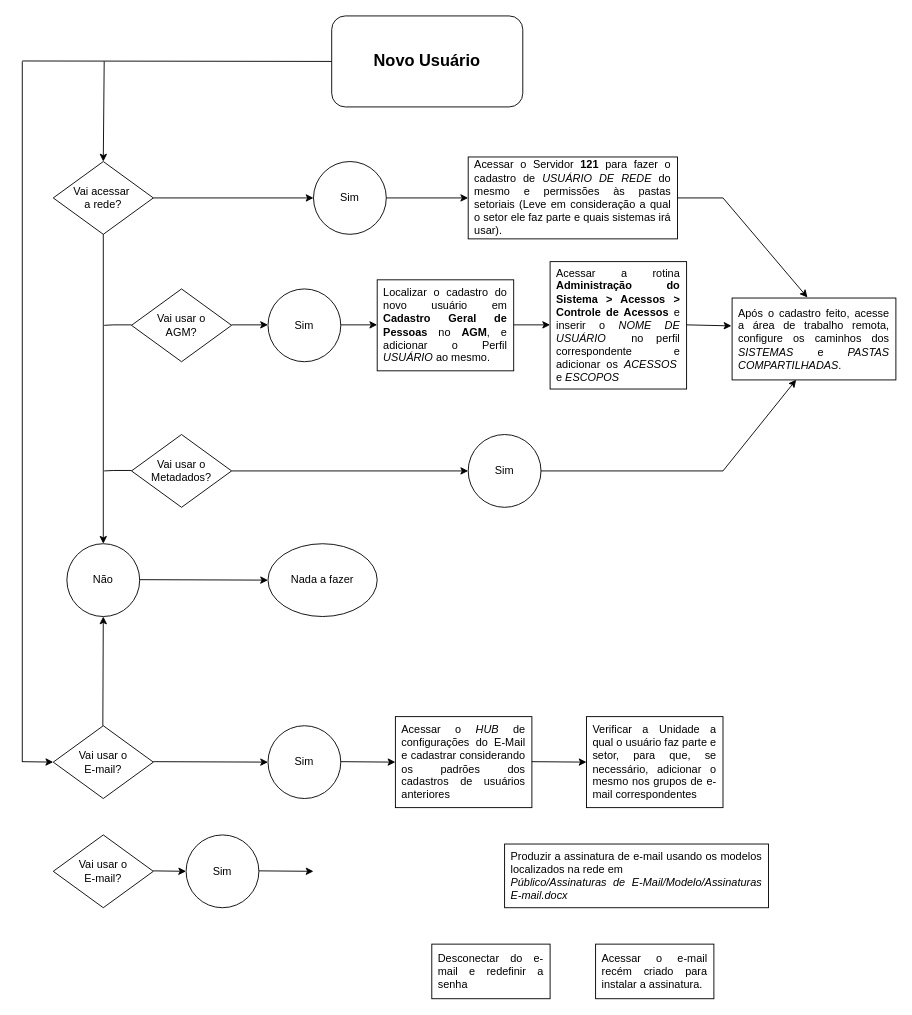
Before: Novos_Usuários.drawio in AlbertoPontes/Fluxogramas, a draw.io diagram. Source tidied: cells renumbered, new cells numbered last; positions are measured from the earlier drawing's top-left corner, leaving out a move shared by most shapes. Both pictures are drawn from the tidied source at 91%, with x=0, y=0 at pixel (22, 15).
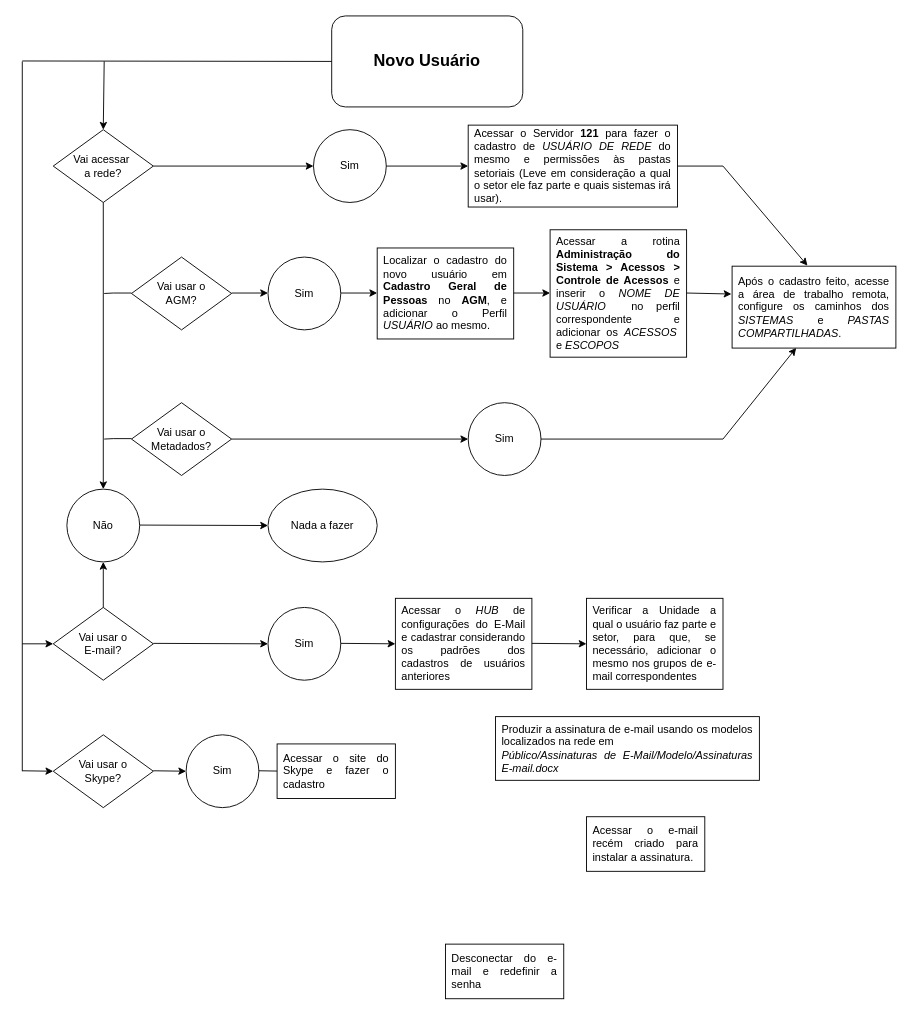
The same page after the edit.

The edit, as a diff of the source:
```diff
@@
     <mxCell id="2" value="Vai usar o&lt;br&gt;AGM?" style="rhombus;whiteSpace=wrap;html=1;" parent="1" vertex="1">
-      <mxGeometry x="120" y="300" width="110" height="80" as="geometry" />
+      <mxGeometry x="120" y="265" width="110" height="80" as="geometry" />
     </mxCell>
     <mxCell id="3" style="endArrow=classic;html=1;rounded=0;exitX=1;exitY=0.5;exitDx=0;exitDy=0;" parent="1" edge="1" source="14">
       <mxGeometry relative="1" as="geometry">
-        <mxPoint x="320" y="200" as="targetPoint" />
+        <mxPoint x="320" y="165" as="targetPoint" />
       </mxGeometry>
     </mxCell>
     <mxCell id="4" value="Sim" style="ellipse;whiteSpace=wrap;html=1;" parent="1" vertex="1">
-      <mxGeometry x="320" y="160" width="80" height="80" as="geometry" />
+      <mxGeometry x="320" y="125" width="80" height="80" as="geometry" />
     </mxCell>
     <mxCell id="5" value="Não" style="ellipse;whiteSpace=wrap;html=1;" parent="1" vertex="1">
-      <mxGeometry x="49" y="580" width="80" height="80" as="geometry" />
+      <mxGeometry x="49" y="520" width="80" height="80" as="geometry" />
     </mxCell>
     <mxCell id="6" value="Vai usar o Metadados?" style="rhombus;whiteSpace=wrap;html=1;" parent="1" vertex="1">
-      <mxGeometry x="120" y="460" width="110" height="80" as="geometry" />
+      <mxGeometry x="120" y="425" width="110" height="80" as="geometry" />
     </mxCell>
     <mxCell id="7" style="endArrow=classic;html=1;rounded=0;" parent="1" edge="1">
       <mxGeometry relative="1" as="geometry">
-        <mxPoint x="230" y="339.5" as="sourcePoint" />
-        <mxPoint x="270" y="339.5" as="targetPoint" />
+        <mxPoint x="230" y="304.5" as="sourcePoint" />
+        <mxPoint x="270" y="304.5" as="targetPoint" />
       </mxGeometry>
     </mxCell>
     <mxCell id="8" value="Sim" style="ellipse;whiteSpace=wrap;html=1;" parent="1" vertex="1">
-      <mxGeometry x="270" y="300" width="80" height="80" as="geometry" />
+      <mxGeometry x="270" y="265" width="80" height="80" as="geometry" />
     </mxCell>
     <mxCell id="9" value="Vai usar o&lt;br&gt;E-mail?" style="rhombus;whiteSpace=wrap;html=1;" parent="1" vertex="1">
-      <mxGeometry x="34" y="780" width="110" height="80" as="geometry" />
+      <mxGeometry x="34" y="650" width="110" height="80" as="geometry" />
     </mxCell>
@@
     <mxCell id="11" value="&lt;div style=&quot;text-align: justify;&quot;&gt;&lt;span style=&quot;background-color: initial;&quot;&gt;Localizar o cadastro do novo usuário em &lt;b&gt;Cadastro Geral de Pessoas &lt;/b&gt;no &lt;b&gt;AGM&lt;/b&gt;, e adicionar&amp;nbsp;o Perfil &lt;i&gt;USUÁRIO&lt;/i&gt;&amp;nbsp;ao mesmo.&lt;/span&gt;&lt;/div&gt;" style="rounded=0;whiteSpace=wrap;html=1;perimeterSpacing=0;spacingLeft=4;spacingRight=4;spacing=4;spacingTop=4;spacingBottom=4;" parent="1" vertex="1">
-      <mxGeometry x="390" y="290" width="150" height="100" as="geometry" />
+      <mxGeometry x="390" y="255" width="150" height="100" as="geometry" />
     </mxCell>
     <mxCell id="12" style="endArrow=classic;html=1;rounded=0;" parent="1" edge="1">
       <mxGeometry relative="1" as="geometry">
-        <mxPoint x="540" y="339.5" as="sourcePoint" />
-        <mxPoint x="580" y="339.5" as="targetPoint" />
+        <mxPoint x="540" y="304.5" as="sourcePoint" />
+        <mxPoint x="580" y="304.5" as="targetPoint" />
       </mxGeometry>
     </mxCell>
     <mxCell id="13" value="&lt;div style=&quot;text-align: justify;&quot;&gt;Acessar a rotina &lt;b&gt;Administração do Sistema &amp;gt; Acessos &amp;gt; Controle de Acessos&lt;/b&gt;&amp;nbsp;e inserir o &lt;i&gt;NOME DE USUÁRIO&lt;/i&gt;&amp;nbsp; no perfil correspondente e adicionar os &lt;i&gt;ACESSOS&amp;nbsp; &lt;/i&gt;e &lt;i&gt;ESCOPOS&lt;/i&gt;&lt;/div&gt;" style="rounded=0;whiteSpace=wrap;html=1;perimeterSpacing=0;spacingLeft=4;spacingRight=4;spacing=4;spacingTop=4;spacingBottom=4;" parent="1" vertex="1">
-      <mxGeometry x="580" y="270" width="150" height="140" as="geometry" />
+      <mxGeometry x="580" y="235" width="150" height="140" as="geometry" />
     </mxCell>
     <mxCell id="14" value="Vai acessar&amp;nbsp;&lt;br&gt;a rede?" style="rhombus;whiteSpace=wrap;html=1;" parent="1" vertex="1">
-      <mxGeometry x="34" y="160" width="110" height="80" as="geometry" />
+      <mxGeometry x="34" y="125" width="110" height="80" as="geometry" />
     </mxCell>
     <mxCell id="15" value="&lt;div style=&quot;text-align: justify;&quot;&gt;Acessar o Servidor &lt;b&gt;121&lt;/b&gt;&amp;nbsp;para fazer o cadastro de &lt;i&gt;USUÁRIO DE REDE&lt;/i&gt;&amp;nbsp;do mesmo e permissões às pastas setoriais (Leve em consideração a qual o setor ele faz parte e quais sistemas irá usar).&amp;nbsp;&lt;/div&gt;" style="rounded=0;whiteSpace=wrap;html=1;perimeterSpacing=0;spacingLeft=4;spacingRight=4;spacing=4;spacingTop=4;spacingBottom=4;" parent="1" vertex="1">
-      <mxGeometry x="490" y="155" width="230" height="90" as="geometry" />
+      <mxGeometry x="490" y="120" width="230" height="90" as="geometry" />
     </mxCell>
     <mxCell id="16" value="&lt;div style=&quot;text-align: justify;&quot;&gt;Após o cadastro feito, acesse a área de trabalho remota, configure os caminhos dos &lt;i&gt;SISTEMAS&lt;/i&gt;&amp;nbsp;e &lt;i&gt;PASTAS COMPARTILHADAS&lt;/i&gt;.&lt;br&gt;&lt;/div&gt;" style="rounded=0;whiteSpace=wrap;html=1;perimeterSpacing=0;spacingLeft=4;spacingRight=4;spacing=4;spacingTop=4;spacingBottom=4;" parent="1" vertex="1">
-      <mxGeometry x="780" y="310" width="180" height="90" as="geometry" />
+      <mxGeometry x="780" y="275" width="180" height="90" as="geometry" />
     </mxCell>
     <mxCell id="17" style="endArrow=classic;html=1;rounded=0;" parent="1" edge="1">
       <mxGeometry relative="1" as="geometry">
-        <mxPoint x="350" y="339.5" as="sourcePoint" />
-        <mxPoint x="390" y="339.5" as="targetPoint" />
+        <mxPoint x="350" y="304.5" as="sourcePoint" />
+        <mxPoint x="390" y="304.5" as="targetPoint" />
       </mxGeometry>
     </mxCell>
     <mxCell id="18" style="endArrow=classic;html=1;rounded=0;entryX=0;entryY=0.5;entryDx=0;entryDy=0;" parent="1" edge="1" target="19">
       <mxGeometry relative="1" as="geometry">
-        <mxPoint x="230" y="500" as="sourcePoint" />
+        <mxPoint x="230" y="465" as="sourcePoint" />
       </mxGeometry>
     </mxCell>
     <mxCell id="19" value="Sim" style="ellipse;whiteSpace=wrap;html=1;" parent="1" vertex="1">
-      <mxGeometry x="490" y="460" width="80" height="80" as="geometry" />
+      <mxGeometry x="490" y="425" width="80" height="80" as="geometry" />
     </mxCell>
     <mxCell id="20" style="endArrow=classic;html=1;rounded=0;entryX=0.391;entryY=0.998;entryDx=0;entryDy=0;entryPerimeter=0;exitX=1;exitY=0.5;exitDx=0;exitDy=0;" parent="1" edge="1" source="19" target="16">
       <mxGeometry relative="1" as="geometry">
         <Array as="points">
-          <mxPoint x="770" y="500" />
+          <mxPoint x="770" y="465" />
         </Array>
       </mxGeometry>
     </mxCell>
     <mxCell id="21" style="endArrow=classic;html=1;rounded=0;entryX=-0.004;entryY=0.34;entryDx=0;entryDy=0;entryPerimeter=0;" parent="1" edge="1" target="16">
       <mxGeometry relative="1" as="geometry">
-        <mxPoint x="730" y="339.5" as="sourcePoint" />
+        <mxPoint x="730" y="304.5" as="sourcePoint" />
       </mxGeometry>
     </mxCell>
     <mxCell id="22" style="endArrow=classic;html=1;rounded=0;entryX=0.46;entryY=-0.007;entryDx=0;entryDy=0;entryPerimeter=0;exitX=1;exitY=0.5;exitDx=0;exitDy=0;" parent="1" edge="1" source="15" target="16">
       <mxGeometry relative="1" as="geometry">
         <Array as="points">
-          <mxPoint x="770" y="200" />
+          <mxPoint x="770" y="165" />
         </Array>
       </mxGeometry>
     </mxCell>
@@
     <mxCell id="25" style="endArrow=none;html=1;rounded=0;" parent="1" edge="1">
       <mxGeometry relative="1" as="geometry">
         <mxPoint y="50" as="sourcePoint" />
-        <mxPoint y="820" as="targetPoint" />
+        <mxPoint y="830" as="targetPoint" />
       </mxGeometry>
     </mxCell>
@@
     <mxCell id="27" style="endArrow=classic;html=1;rounded=0;entryX=0;entryY=0.5;entryDx=0;entryDy=0;" parent="1" edge="1" target="9">
       <mxGeometry relative="1" as="geometry">
-        <mxPoint y="819.5" as="sourcePoint" />
+        <mxPoint y="690" as="sourcePoint" />
       </mxGeometry>
     </mxCell>
@@
     <mxCell id="29" style="endArrow=none;html=1;rounded=0;" parent="1" edge="1">
       <mxGeometry relative="1" as="geometry">
-        <mxPoint x="120" y="339.5" as="sourcePoint" />
-        <mxPoint x="90" y="340" as="targetPoint" />
+        <mxPoint x="120" y="304.5" as="sourcePoint" />
+        <mxPoint x="90" y="305" as="targetPoint" />
         <Array as="points">
-          <mxPoint x="100" y="339.5" />
+          <mxPoint x="100" y="304.5" />
         </Array>
       </mxGeometry>
     </mxCell>
     <mxCell id="30" style="endArrow=none;html=1;rounded=0;" parent="1" edge="1">
       <mxGeometry relative="1" as="geometry">
-        <mxPoint x="120" y="499.5" as="sourcePoint" />
-        <mxPoint x="90" y="500" as="targetPoint" />
+        <mxPoint x="120" y="464.5" as="sourcePoint" />
+        <mxPoint x="90" y="465" as="targetPoint" />
         <Array as="points">
-          <mxPoint x="100" y="499.5" />
+          <mxPoint x="100" y="464.5" />
         </Array>
       </mxGeometry>
     </mxCell>
     <mxCell id="31" style="endArrow=classic;html=1;rounded=0;" parent="1" edge="1">
       <mxGeometry relative="1" as="geometry">
-        <mxPoint x="129" y="619.5" as="sourcePoint" />
-        <mxPoint x="270" y="620" as="targetPoint" />
+        <mxPoint x="129" y="559.5" as="sourcePoint" />
+        <mxPoint x="270" y="560" as="targetPoint" />
       </mxGeometry>
     </mxCell>
     <mxCell id="32" value="Nada a fazer" style="ellipse;whiteSpace=wrap;html=1;" parent="1" vertex="1">
-      <mxGeometry x="270" y="580" width="120" height="80" as="geometry" />
+      <mxGeometry x="270" y="520" width="120" height="80" as="geometry" />
     </mxCell>
-    <mxCell id="33" style="endArrow=classic;html=1;rounded=0;entryX=0.5;entryY=1;entryDx=0;entryDy=0;" parent="1" edge="1" target="5">
-      <mxGeometry relative="1" as="geometry">
-        <mxPoint x="88.5" y="780" as="sourcePoint" />
-      </mxGeometry>
+    <mxCell id="33" style="endArrow=classic;html=1;rounded=0;entryX=0.5;entryY=1;entryDx=0;entryDy=0;exitX=0.5;exitY=0;exitDx=0;exitDy=0;" parent="1" edge="1" source="9" target="5">
+      <mxGeometry relative="1" as="geometry" />
     </mxCell>
     <mxCell id="34" style="endArrow=classic;html=1;rounded=0;entryX=0;entryY=0.5;entryDx=0;entryDy=0;" parent="1" edge="1" target="35">
       <mxGeometry relative="1" as="geometry">
-        <mxPoint x="144" y="819.5" as="sourcePoint" />
+        <mxPoint x="144" y="689.5" as="sourcePoint" />
       </mxGeometry>
     </mxCell>
     <mxCell id="35" value="Sim" style="ellipse;whiteSpace=wrap;html=1;" parent="1" vertex="1">
-      <mxGeometry x="270" y="780" width="80" height="80" as="geometry" />
+      <mxGeometry x="270" y="650" width="80" height="80" as="geometry" />
     </mxCell>
     <mxCell id="36" value="&lt;div style=&quot;text-align: justify;&quot;&gt;Acessar o &lt;i&gt;HUB&lt;/i&gt;&amp;nbsp;de configurações do E-Mail e cadastrar considerando os padrões dos cadastros de usuários anteriores&lt;/div&gt;" style="rounded=0;whiteSpace=wrap;html=1;perimeterSpacing=0;spacingLeft=4;spacingRight=4;spacing=4;spacingTop=4;spacingBottom=4;" parent="1" vertex="1">
-      <mxGeometry x="410" y="770" width="150" height="100" as="geometry" />
+      <mxGeometry x="410" y="640" width="150" height="100" as="geometry" />
     </mxCell>
     <mxCell id="37" value="&lt;div style=&quot;text-align: justify;&quot;&gt;Verificar a Unidade a qual o usuário faz parte e setor, para que, se necessário, adicionar o mesmo nos grupos de e-mail correspondentes&lt;/div&gt;" style="rounded=0;whiteSpace=wrap;html=1;perimeterSpacing=0;spacingLeft=4;spacingRight=4;spacing=4;spacingTop=4;spacingBottom=4;" parent="1" vertex="1">
-      <mxGeometry x="620" y="770" width="150" height="100" as="geometry" />
+      <mxGeometry x="620" y="640" width="150" height="100" as="geometry" />
     </mxCell>
     <mxCell id="38" value="&lt;div style=&quot;text-align: justify;&quot;&gt;Produzir a assinatura de e-mail usando os modelos localizados na rede em&lt;/div&gt;&lt;div style=&quot;text-align: justify;&quot;&gt;&lt;i style=&quot;&quot;&gt;Público/Assinaturas de E-Mail/Modelo/Assinaturas E-mail.docx&lt;/i&gt;&lt;/div&gt;" style="rounded=0;whiteSpace=wrap;html=1;perimeterSpacing=0;spacingLeft=4;spacingRight=4;spacing=4;spacingTop=4;spacingBottom=4;" parent="1" vertex="1">
-      <mxGeometry x="530" y="910" width="290" height="70" as="geometry" />
+      <mxGeometry x="520" y="770" width="290" height="70" as="geometry" />
     </mxCell>
     <mxCell id="39" style="endArrow=classic;html=1;rounded=0;entryX=0;entryY=0.5;entryDx=0;entryDy=0;" parent="1" edge="1" target="36">
       <mxGeometry relative="1" as="geometry">
-        <mxPoint x="350" y="819.5" as="sourcePoint" />
+        <mxPoint x="350" y="689.5" as="sourcePoint" />
       </mxGeometry>
     </mxCell>
     <mxCell id="40" style="endArrow=classic;html=1;rounded=0;entryX=0;entryY=0.5;entryDx=0;entryDy=0;" parent="1" edge="1">
       <mxGeometry relative="1" as="geometry">
-        <mxPoint x="560" y="819.5" as="sourcePoint" />
-        <mxPoint x="620" y="820" as="targetPoint" />
+        <mxPoint x="560" y="689.5" as="sourcePoint" />
+        <mxPoint x="620" y="690" as="targetPoint" />
       </mxGeometry>
     </mxCell>
     <mxCell id="41" value="&lt;div style=&quot;text-align: justify;&quot;&gt;Acessar o e-mail recém criado para instalar a assinatura.&lt;/div&gt;" style="rounded=0;whiteSpace=wrap;html=1;perimeterSpacing=0;spacingLeft=4;spacingRight=4;spacing=4;spacingTop=4;spacingBottom=4;" parent="1" vertex="1">
-      <mxGeometry x="630" y="1020" width="130" height="60" as="geometry" />
+      <mxGeometry x="620" y="880" width="130" height="60" as="geometry" />
     </mxCell>
     <mxCell id="42" value="&lt;div style=&quot;text-align: justify;&quot;&gt;Desconectar do e-mail e redefinir a senha&lt;/div&gt;" style="rounded=0;whiteSpace=wrap;html=1;perimeterSpacing=0;spacingLeft=4;spacingRight=4;spacing=4;spacingTop=4;spacingBottom=4;" parent="1" vertex="1">
-      <mxGeometry x="450" y="1020" width="130" height="60" as="geometry" />
+      <mxGeometry x="465" y="1020" width="130" height="60" as="geometry" />
     </mxCell>
-    <mxCell id="43" value="Vai usar o&lt;br&gt;E-mail?" style="rhombus;whiteSpace=wrap;html=1;" parent="1" vertex="1">
-      <mxGeometry x="34" y="900" width="110" height="80" as="geometry" />
+    <mxCell id="43" value="Vai usar o&lt;br&gt;Skype?" style="rhombus;whiteSpace=wrap;html=1;" parent="1" vertex="1">
+      <mxGeometry x="34" y="790" width="110" height="80" as="geometry" />
     </mxCell>
     <mxCell id="44" style="endArrow=classic;html=1;rounded=0;entryX=0;entryY=0.5;entryDx=0;entryDy=0;" parent="1" edge="1" target="45">
       <mxGeometry relative="1" as="geometry">
-        <mxPoint x="144" y="939.5" as="sourcePoint" />
+        <mxPoint x="144" y="829.5" as="sourcePoint" />
       </mxGeometry>
     </mxCell>
     <mxCell id="45" value="Sim" style="ellipse;whiteSpace=wrap;html=1;" parent="1" vertex="1">
-      <mxGeometry x="180" y="900" width="80" height="80" as="geometry" />
+      <mxGeometry x="180" y="790" width="80" height="80" as="geometry" />
     </mxCell>
-    <mxCell id="46" style="endArrow=classic;html=1;rounded=0;entryX=0;entryY=0.5;entryDx=0;entryDy=0;" parent="1" edge="1">
+    <mxCell id="46" style="endArrow=classic;html=1;rounded=0;" parent="1" edge="1">
       <mxGeometry relative="1" as="geometry">
-        <mxPoint x="260" y="939.5" as="sourcePoint" />
-        <mxPoint x="320" y="940" as="targetPoint" />
+        <mxPoint x="260" y="829.5" as="sourcePoint" />
+        <mxPoint x="290" y="830" as="targetPoint" />
       </mxGeometry>
     </mxCell>
+    <mxCell id="47" style="endArrow=classic;html=1;rounded=0;entryX=0;entryY=0.5;entryDx=0;entryDy=0;" parent="1" edge="1">
+      <mxGeometry relative="1" as="geometry">
+        <mxPoint y="829.5" as="sourcePoint" />
+        <mxPoint x="34" y="830" as="targetPoint" />
+      </mxGeometry>
+    </mxCell>
+    <mxCell id="48" value="&lt;div style=&quot;text-align: justify;&quot;&gt;Acessar o site do Skype e fazer o cadastro&lt;/div&gt;" style="rounded=0;whiteSpace=wrap;html=1;perimeterSpacing=0;spacingLeft=4;spacingRight=4;spacing=4;spacingTop=4;spacingBottom=4;" parent="1" vertex="1">
+      <mxGeometry x="280" y="800" width="130" height="60" as="geometry" />
+    </mxCell>
```
